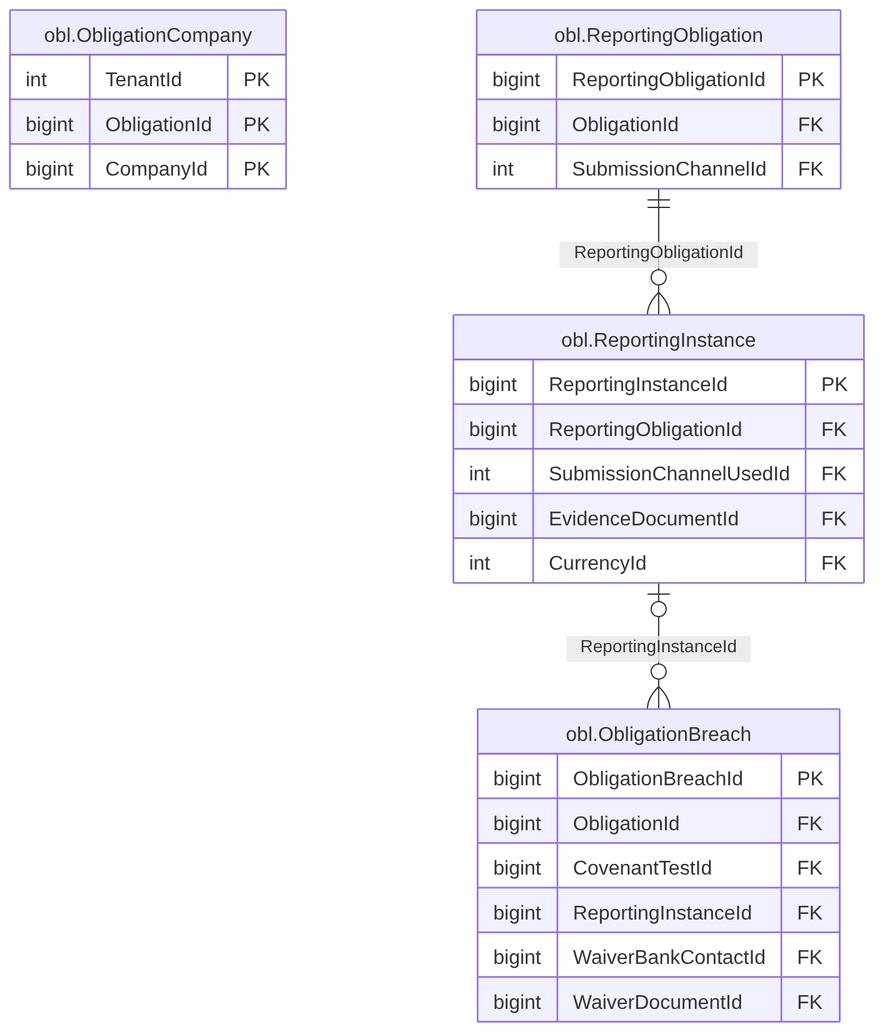
thawrasy/smartlines keeps this Mermaid diagram as treasury-platform/docs/diagrams/erd/m5_obligations_2.png. Above is the earlier version. Its source is kept beside it as treasury-platform/docs/diagrams/erd/m5_obligations_2.mmd.
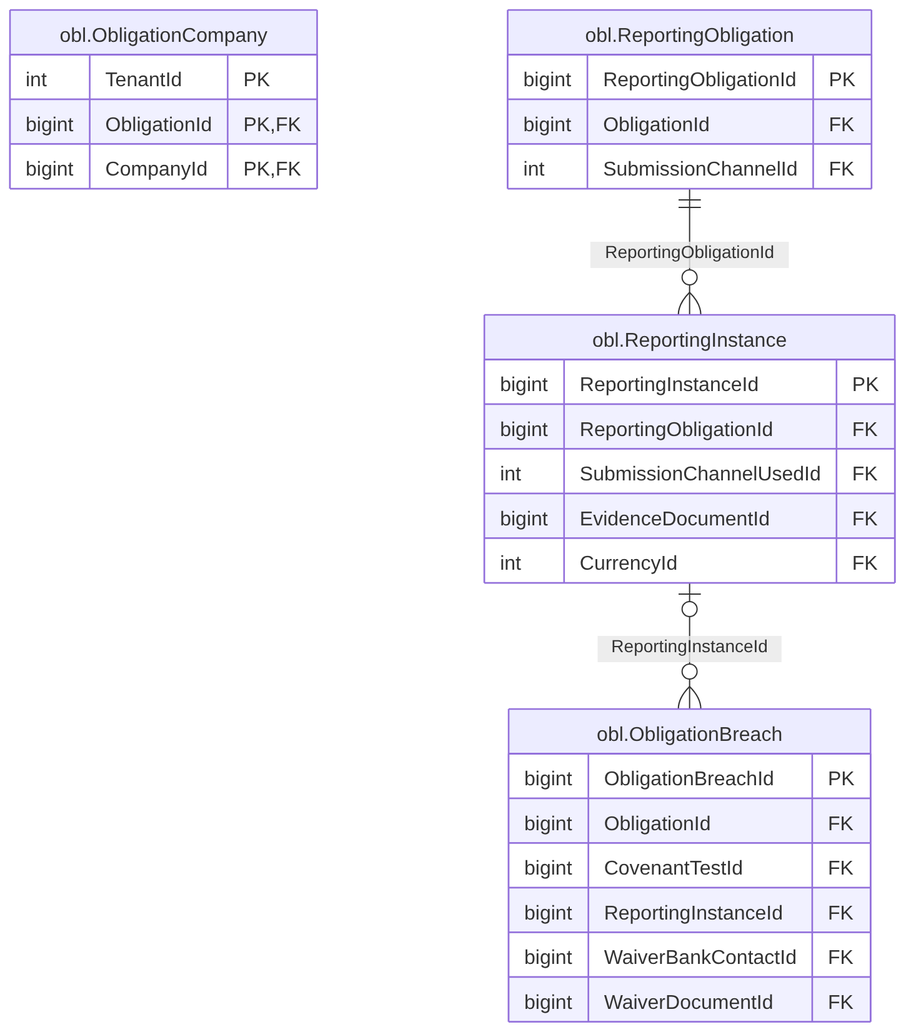
Above is the later version.

The edit, as a diff of the source:
```diff
@@ -9,8 +9,8 @@
   }
   obl_ObligationCompany["obl.ObligationCompany"] {
     int TenantId PK
-    bigint ObligationId PK
-    bigint CompanyId PK
+    bigint ObligationId PK, FK
+    bigint CompanyId PK, FK
   }
   obl_ReportingInstance["obl.ReportingInstance"] {
     bigint ReportingInstanceId PK
```
